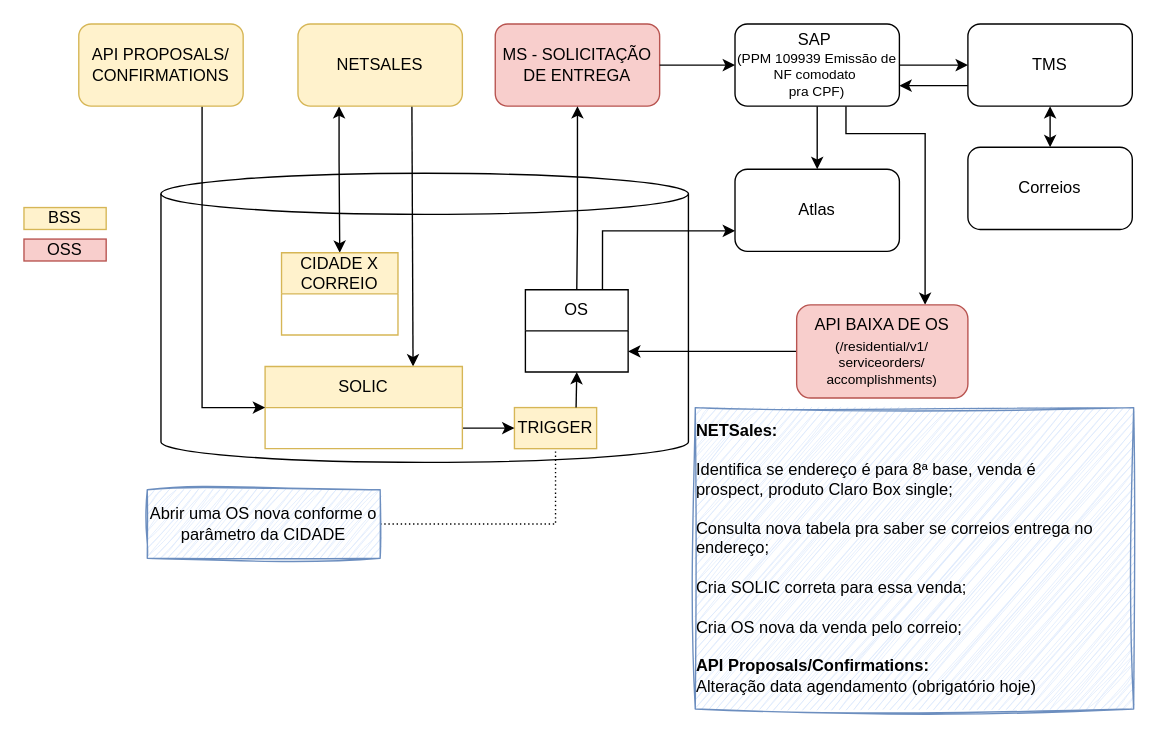
Before: page "NETsales 8a base v9" (9 of 10) of 103976_106614-Entrega de equipamento via meio alternativo-Correios.drawio in samirali/ClaroBrasil, a draw.io diagram. Source tidied: cells renumbered, new cells numbered last; positions are measured from the earlier drawing's top-left corner, leaving out a move shared by most shapes. Both pictures are drawn from the tidied source at 137%, with x=0, y=0 at pixel (23, 23).
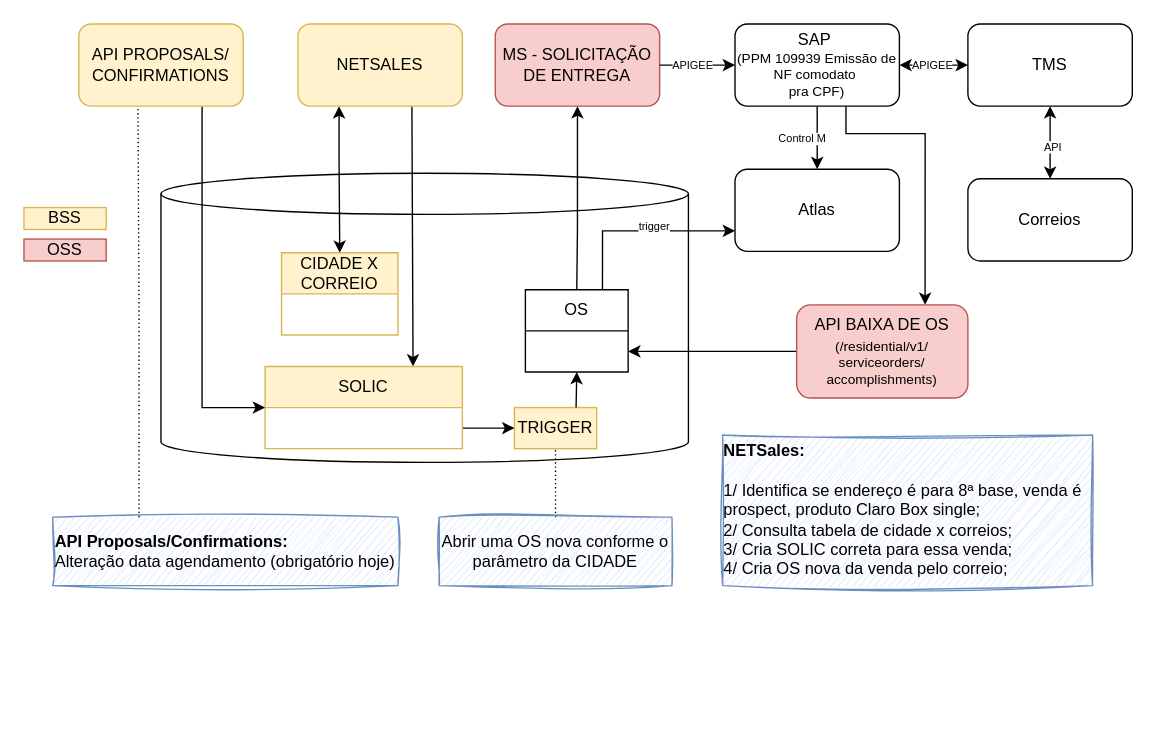
Above is the later version.

Unchanged cells that the change refers to:
```xml
<mxCell id="4" style="edgeStyle=orthogonalEdgeStyle;rounded=0;jettySize=auto;html=1;entryX=0.5;entryY=0;entryDx=0;entryDy=0;" parent="1" edge="1" source="5" target="31">
  <mxGeometry relative="1" as="geometry" />
</mxCell>
<mxCell id="5" value="SAP&amp;nbsp;&lt;div style=&quot;font-size: 10px;&quot;&gt;(&lt;span style=&quot;background-color: initial;&quot;&gt;PPM 109939 Emissão de NF comodato&amp;nbsp;&lt;/span&gt;&lt;div&gt;pra CPF)&lt;/div&gt;&lt;/div&gt;" style="rounded=1;whiteSpace=wrap;html=1;" parent="1" vertex="1">
  <mxGeometry x="519" width="120" height="60" as="geometry" />
</mxCell>
<mxCell id="7" style="edgeStyle=orthogonalEdgeStyle;rounded=0;jettySize=auto;html=1;entryX=0.5;entryY=0;entryDx=0;entryDy=0;startArrow=classic;startFill=1;" parent="1" edge="1" source="8" target="30">
  <mxGeometry relative="1" as="geometry" />
</mxCell>
<mxCell id="8" value="TMS" style="rounded=1;whiteSpace=wrap;html=1;" parent="1" vertex="1">
  <mxGeometry x="689" width="120" height="60" as="geometry" />
</mxCell>
<mxCell id="12" style="edgeStyle=orthogonalEdgeStyle;rounded=0;jettySize=auto;html=1;entryX=0;entryY=0.75;entryDx=0;entryDy=0;exitX=0.75;exitY=0;exitDx=0;exitDy=0;" parent="1" edge="1" source="13" target="31">
  <mxGeometry relative="1" as="geometry">
    <Array as="points">
      <mxPoint x="422" y="151" />
    </Array>
  </mxGeometry>
</mxCell>
<mxCell id="16" style="endArrow=classic;html=1;rounded=0;entryX=0;entryY=0.5;entryDx=0;entryDy=0;exitX=1;exitY=0.5;exitDx=0;exitDy=0;" parent="1" edge="1" source="11" target="5">
  <mxGeometry relative="1" as="geometry" />
</mxCell>
<mxCell id="18" value="TRIGGER" style="text;html=1;strokeColor=#d6b656;fillColor=#fff2cc;align=center;verticalAlign=middle;whiteSpace=wrap;rounded=0;" parent="1" vertex="1">
  <mxGeometry x="358" y="280" width="60" height="30" as="geometry" />
</mxCell>
<mxCell id="29" value="API PROPOSALS/&lt;div&gt;CONFIRMATIONS&lt;/div&gt;" style="rounded=1;whiteSpace=wrap;html=1;fillColor=#fff2cc;strokeColor=#d6b656;" parent="1" vertex="1">
  <mxGeometry x="40" width="120" height="60" as="geometry" />
</mxCell>
```

The edit, as a diff of the source:
```diff
@@
+    <mxCell id="34" value="Control M" style="edgeLabel;html=1;align=center;verticalAlign=middle;fontSize=8;" parent="4" vertex="1">
+      <mxGeometry x="-0.01" y="-2" relative="1" as="geometry">
+        <mxPoint x="-10" as="offset" />
+      </mxGeometry>
+    </mxCell>
@@
-    <mxCell id="6" style="edgeStyle=orthogonalEdgeStyle;rounded=0;jettySize=auto;html=1;entryX=1;entryY=0.75;entryDx=0;entryDy=0;exitX=0;exitY=0.75;exitDx=0;exitDy=0;" parent="1" edge="1" source="8" target="5">
-      <mxGeometry relative="1" as="geometry" />
-    </mxCell>
@@
+    <mxCell id="35" value="API" style="edgeLabel;html=1;align=center;verticalAlign=middle;fontSize=8;" parent="7" vertex="1">
+      <mxGeometry x="0.08" y="1" relative="1" as="geometry" />
+    </mxCell>
@@
+    <mxCell id="36" value="trigger" style="edgeLabel;html=1;align=center;verticalAlign=middle;fontSize=8;" parent="12" vertex="1">
+      <mxGeometry x="0.15" y="-1" relative="1" as="geometry">
+        <mxPoint y="-5" as="offset" />
+      </mxGeometry>
+    </mxCell>
@@
+    <mxCell id="37" value="APIGEE" style="edgeLabel;html=1;align=center;verticalAlign=middle;fontSize=8;" parent="16" vertex="1">
+      <mxGeometry x="-0.39" y="1" relative="1" as="geometry">
+        <mxPoint x="6" as="offset" />
+      </mxGeometry>
+    </mxCell>
-    <mxCell id="17" style="endArrow=classic;html=1;rounded=0;entryX=0;entryY=0.5;entryDx=0;entryDy=0;exitX=1;exitY=0.5;exitDx=0;exitDy=0;" parent="1" edge="1" source="5" target="8">
+    <mxCell id="17" style="endArrow=classic;html=1;rounded=0;entryX=0;entryY=0.5;entryDx=0;entryDy=0;exitX=1;exitY=0.5;exitDx=0;exitDy=0;startArrow=classic;startFill=1;" parent="1" edge="1" source="5" target="8">
       <mxGeometry relative="1" as="geometry" />
     </mxCell>
+    <mxCell id="38" value="APIGEE" style="edgeLabel;html=1;align=center;verticalAlign=middle;fontSize=8;" parent="17" vertex="1">
+      <mxGeometry x="0.03" y="-3" relative="1" as="geometry">
+        <mxPoint x="-3" y="-4" as="offset" />
+      </mxGeometry>
+    </mxCell>
@@
-    <mxCell id="19" style="edgeStyle=orthogonalEdgeStyle;rounded=0;jettySize=auto;html=1;entryX=0.5;entryY=1;entryDx=0;entryDy=0;endArrow=none;endFill=0;dashed=1;dashPattern=1 2;" parent="1" edge="1" source="20" target="18">
+    <mxCell id="19" style="edgeStyle=orthogonalEdgeStyle;rounded=0;jettySize=auto;html=1;entryX=0.5;entryY=1;entryDx=0;entryDy=0;endArrow=none;endFill=0;dashed=1;dashPattern=1 2;exitX=0.5;exitY=0;exitDx=0;exitDy=0;" parent="1" edge="1" source="20" target="18">
       <mxGeometry relative="1" as="geometry" />
     </mxCell>
     <mxCell id="20" value="Abrir uma OS nova conforme o parâmetro da CIDADE" style="text;html=1;strokeColor=#6c8ebf;fillColor=#dae8fc;align=center;verticalAlign=middle;whiteSpace=wrap;rounded=0;sketch=1;curveFitting=1;jiggle=2;" parent="1" vertex="1">
-      <mxGeometry x="90" y="340" width="170" height="50" as="geometry" />
+      <mxGeometry x="303" y="360" width="170" height="50" as="geometry" />
     </mxCell>
-    <mxCell id="21" value="&lt;div style=&quot;text-align: left;&quot;&gt;&lt;span style=&quot;background-color: initial;&quot;&gt;&lt;b&gt;NETSales:&lt;/b&gt;&lt;/span&gt;&lt;/div&gt;&lt;span style=&quot;background-color: initial;&quot;&gt;&lt;div style=&quot;text-align: left;&quot;&gt;&lt;span style=&quot;background-color: initial;&quot;&gt;&lt;br&gt;&lt;/span&gt;&lt;/div&gt;&lt;div style=&quot;text-align: left;&quot;&gt;&lt;span style=&quot;background-color: initial;&quot;&gt;Identifica se endereço é para 8ª base,&amp;nbsp;&lt;/span&gt;&lt;span style=&quot;background-color: initial;&quot;&gt;venda é prospect,&amp;nbsp;&lt;/span&gt;&lt;span style=&quot;background-color: initial;&quot;&gt;produto Claro Box&amp;nbsp;&lt;/span&gt;&lt;span style=&quot;background-color: initial;&quot;&gt;single;&lt;/span&gt;&lt;/div&gt;&lt;div style=&quot;text-align: left;&quot;&gt;&lt;span style=&quot;background-color: initial;&quot;&gt;&lt;br&gt;&lt;/span&gt;&lt;/div&gt;&lt;/span&gt;&lt;span style=&quot;background-color: initial;&quot;&gt;&lt;div style=&quot;text-align: left;&quot;&gt;&lt;span style=&quot;background-color: initial;&quot;&gt;Consulta nova tabela pra saber se correios entrega no endereço;&lt;/span&gt;&lt;/div&gt;&lt;div style=&quot;text-align: left;&quot;&gt;&lt;span style=&quot;background-color: initial;&quot;&gt;&lt;br&gt;&lt;/span&gt;&lt;/div&gt;&lt;div style=&quot;text-align: left;&quot;&gt;&lt;div&gt;&lt;span style=&quot;background-color: initial;&quot;&gt;Cria SOLIC correta para essa venda;&lt;/span&gt;&lt;/div&gt;&lt;/div&gt;&lt;div&gt;&lt;span style=&quot;background-color: initial;&quot;&gt;&lt;br&gt;&lt;/span&gt;&lt;/div&gt;&lt;div style=&quot;text-align: left;&quot;&gt;&lt;span style=&quot;background-color: initial;&quot;&gt;Cria OS nova da venda pelo correio;&lt;/span&gt;&lt;/div&gt;&lt;/span&gt;&lt;div style=&quot;text-align: left;&quot;&gt;&lt;br&gt;&lt;/div&gt;&lt;div style=&quot;text-align: left;&quot;&gt;&lt;b&gt;API Proposals/Confirmations:&lt;/b&gt;&lt;/div&gt;&lt;div style=&quot;text-align: left;&quot;&gt;Alteração data agendamento (obrigatório hoje)&lt;/div&gt;" style="text;html=1;strokeColor=#6c8ebf;fillColor=#dae8fc;align=center;verticalAlign=middle;whiteSpace=wrap;rounded=0;sketch=1;curveFitting=1;jiggle=2;" parent="1" vertex="1">
-      <mxGeometry x="490" y="280" width="320" height="220" as="geometry" />
+    <mxCell id="21" value="&lt;div style=&quot;text-align: left;&quot;&gt;&lt;span style=&quot;background-color: initial;&quot;&gt;&lt;b&gt;NETSales:&lt;/b&gt;&lt;/span&gt;&lt;/div&gt;&lt;span style=&quot;background-color: initial;&quot;&gt;&lt;div style=&quot;text-align: left;&quot;&gt;&lt;span style=&quot;background-color: initial;&quot;&gt;&lt;br&gt;&lt;/span&gt;&lt;/div&gt;&lt;div style=&quot;text-align: left;&quot;&gt;&lt;span style=&quot;background-color: initial;&quot;&gt;1/ Identifica se endereço é para 8ª base,&amp;nbsp;&lt;/span&gt;&lt;span style=&quot;background-color: initial;&quot;&gt;venda é prospect,&amp;nbsp;&lt;/span&gt;&lt;span style=&quot;background-color: initial;&quot;&gt;produto Claro Box&amp;nbsp;&lt;/span&gt;&lt;span style=&quot;background-color: initial;&quot;&gt;single;&lt;/span&gt;&lt;/div&gt;&lt;div style=&quot;text-align: left;&quot;&gt;&lt;span style=&quot;background-color: initial;&quot;&gt;2/ Consulta tabela de cidade x correios;&lt;/span&gt;&lt;br&gt;&lt;/div&gt;&lt;/span&gt;&lt;span style=&quot;background-color: initial;&quot;&gt;&lt;div style=&quot;text-align: left;&quot;&gt;&lt;span style=&quot;background-color: initial;&quot;&gt;3/&amp;nbsp;&lt;/span&gt;&lt;span style=&quot;background-color: initial;&quot;&gt;Cria SOLIC correta para essa venda;&lt;/span&gt;&lt;/div&gt;&lt;div style=&quot;text-align: left;&quot;&gt;&lt;span style=&quot;background-color: initial;&quot;&gt;4/ Cria OS nova da venda pelo correio;&lt;/span&gt;&lt;/div&gt;&lt;/span&gt;" style="text;html=1;strokeColor=#6c8ebf;fillColor=#dae8fc;align=center;verticalAlign=middle;whiteSpace=wrap;rounded=0;sketch=1;curveFitting=1;jiggle=2;" parent="1" vertex="1">
+      <mxGeometry x="510" y="300" width="270" height="110" as="geometry" />
     </mxCell>
@@
     <mxCell id="30" value="Correios" style="rounded=1;whiteSpace=wrap;html=1;" parent="1" vertex="1">
-      <mxGeometry x="689" y="90" width="120" height="60" as="geometry" />
+      <mxGeometry x="689" y="113" width="120" height="60" as="geometry" />
     </mxCell>
@@
+    <mxCell id="39" value="&lt;div style=&quot;text-align: left;&quot;&gt;&lt;b&gt;API Proposals/Confirmations:&lt;/b&gt;&lt;/div&gt;&lt;div style=&quot;text-align: left;&quot;&gt;Alteração data agendamento (obrigatório hoje)&lt;/div&gt;" style="text;html=1;strokeColor=#6c8ebf;fillColor=#dae8fc;align=center;verticalAlign=middle;whiteSpace=wrap;rounded=0;sketch=1;curveFitting=1;jiggle=2;" parent="1" vertex="1">
+      <mxGeometry x="21" y="360" width="252" height="50" as="geometry" />
+    </mxCell>
+    <mxCell id="40" style="edgeStyle=orthogonalEdgeStyle;rounded=0;jettySize=auto;html=1;entryX=0.36;entryY=1.013;entryDx=0;entryDy=0;endArrow=none;endFill=0;dashed=1;dashPattern=1 2;exitX=0.25;exitY=0;exitDx=0;exitDy=0;entryPerimeter=0;" parent="1" edge="1" source="39" target="29">
+      <mxGeometry relative="1" as="geometry" />
+    </mxCell>
```
